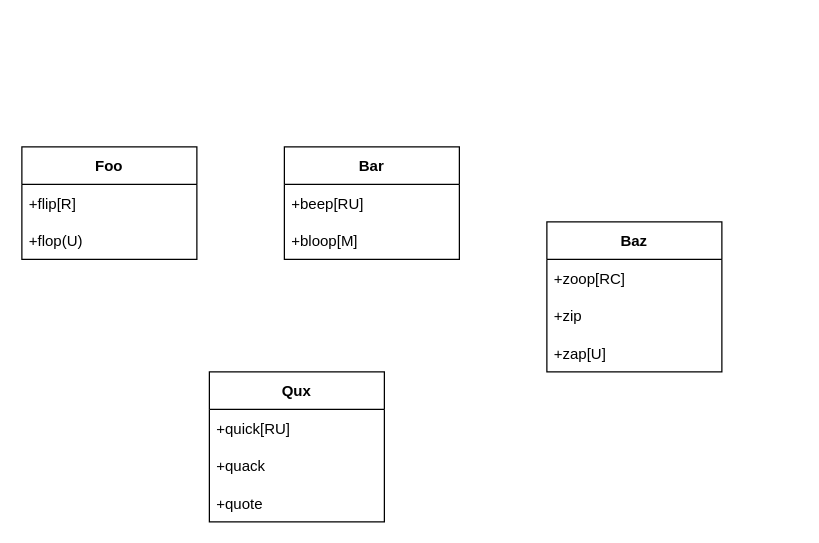
Before: Untitled Diagram.drawio in wndayday/MyBex5, a draw.io diagram. Source tidied: cells renumbered, new cells numbered last; positions are measured from the earlier drawing's top-left corner, leaving out a move shared by most shapes. Both pictures are drawn from the tidied source at 125%, with x=0, y=0 at pixel (21, 146).
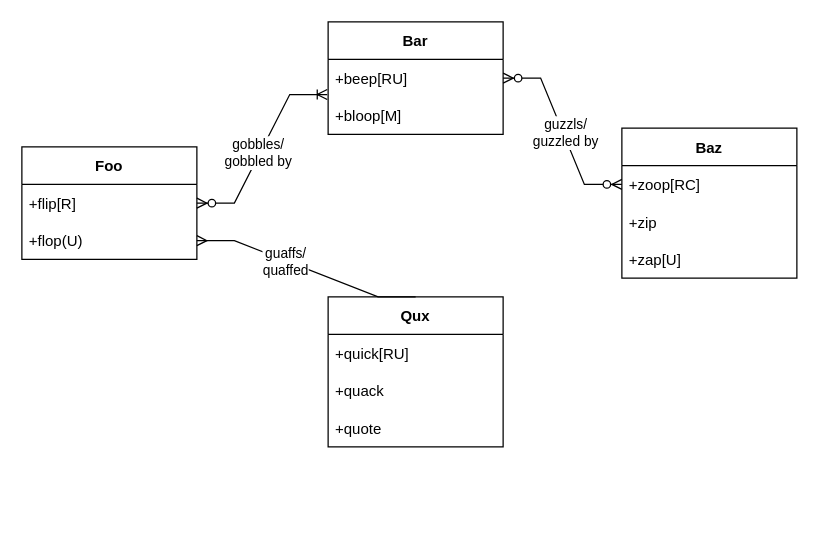
After the change.

Unchanged cells that the change refers to:
```xml
<mxCell id="3" value="+flip[R]" style="text;strokeColor=none;fillColor=none;align=left;verticalAlign=middle;spacingLeft=4;spacingRight=4;overflow=hidden;points=[[0,0.5],[1,0.5]];portConstraint=eastwest;" parent="2" vertex="1">
  <mxGeometry y="30" width="140" height="30" as="geometry" />
</mxCell>
<mxCell id="4" value="+flop(U)" style="text;strokeColor=none;fillColor=none;align=left;verticalAlign=middle;spacingLeft=4;spacingRight=4;overflow=hidden;points=[[0,0.5],[1,0.5]];portConstraint=eastwest;" parent="2" vertex="1">
  <mxGeometry y="60" width="140" height="30" as="geometry" />
</mxCell>
<mxCell id="6" value="+beep[RU]" style="text;strokeColor=none;fillColor=none;align=left;verticalAlign=middle;spacingLeft=4;spacingRight=4;overflow=hidden;points=[[0,0.5],[1,0.5]];portConstraint=eastwest;" parent="5" vertex="1">
  <mxGeometry y="30" width="140" height="30" as="geometry" />
</mxCell>
<mxCell id="7" value="+bloop[M]" style="text;strokeColor=none;fillColor=none;align=left;verticalAlign=middle;spacingLeft=4;spacingRight=4;overflow=hidden;points=[[0,0.5],[1,0.5]];portConstraint=eastwest;" parent="5" vertex="1">
  <mxGeometry y="60" width="140" height="30" as="geometry" />
</mxCell>
<mxCell id="9" value="+zoop[RC]" style="text;strokeColor=none;fillColor=none;align=left;verticalAlign=middle;spacingLeft=4;spacingRight=4;overflow=hidden;points=[[0,0.5],[1,0.5]];portConstraint=eastwest;" parent="8" vertex="1">
  <mxGeometry y="30" width="140" height="30" as="geometry" />
</mxCell>
```

Change to the diagram source:
```diff
@@
     <mxCell id="5" value="Bar" style="swimlane;fontStyle=1;horizontal=1;startSize=30;" parent="1" vertex="1">
-      <mxGeometry x="210" width="140" height="90" as="geometry" />
+      <mxGeometry x="245" y="-100" width="140" height="90" as="geometry" />
     </mxCell>
@@
     <mxCell id="8" value="Baz" style="swimlane;fontStyle=1;horizontal=1;startSize=30;" parent="1" vertex="1">
-      <mxGeometry x="420" y="60" width="140" height="120" as="geometry" />
+      <mxGeometry x="480" y="-15" width="140" height="120" as="geometry" />
     </mxCell>
@@
     <mxCell id="12" value="Qux" style="swimlane;fontStyle=1;horizontal=1;startSize=30;" parent="1" vertex="1">
-      <mxGeometry x="150" y="180" width="140" height="120" as="geometry" />
+      <mxGeometry x="245" y="120" width="140" height="120" as="geometry" />
     </mxCell>
@@
+    <mxCell id="16" style="edgeStyle=entityRelationEdgeStyle;fontSize=12;html=1;endArrow=ERoneToMany;startArrow=ERzeroToMany;rounded=0;exitX=1;exitY=0.5;exitDx=0;exitDy=0;entryX=-0.005;entryY=-0.062;entryDx=0;entryDy=0;entryPerimeter=0;" parent="1" edge="1" source="3" target="7">
+      <mxGeometry relative="1" as="geometry" />
+    </mxCell>
+    <mxCell id="17" value="gobbles/&lt;br&gt;gobbled by" style="edgeLabel;html=1;align=center;verticalAlign=middle;" parent="16" vertex="1">
+      <mxGeometry x="-0.05" y="2" relative="1" as="geometry" />
+    </mxCell>
+    <mxCell id="18" style="edgeStyle=entityRelationEdgeStyle;fontSize=12;html=1;endArrow=ERmany;rounded=0;exitX=0.5;exitY=0;exitDx=0;exitDy=0;" parent="1" edge="1" source="12" target="4">
+      <mxGeometry relative="1" as="geometry" />
+    </mxCell>
+    <mxCell id="19" value="guaffs/&lt;br&gt;quaffed" style="edgeLabel;html=1;align=center;verticalAlign=middle;" parent="18" vertex="1">
+      <mxGeometry x="0.2" y="1" relative="1" as="geometry" />
+    </mxCell>
+    <mxCell id="20" style="edgeStyle=entityRelationEdgeStyle;fontSize=12;html=1;endArrow=ERzeroToMany;endFill=1;startArrow=ERzeroToMany;rounded=0;exitX=0;exitY=0.5;exitDx=0;exitDy=0;entryX=1;entryY=0.5;entryDx=0;entryDy=0;" parent="1" edge="1" source="9" target="6">
+      <mxGeometry relative="1" as="geometry" />
+    </mxCell>
+    <mxCell id="21" value="guzzls/&lt;br&gt;guzzled by" style="edgeLabel;html=1;align=center;verticalAlign=middle;" parent="20" vertex="1">
+      <mxGeometry x="-0.03" y="-1" relative="1" as="geometry" />
+    </mxCell>
```
